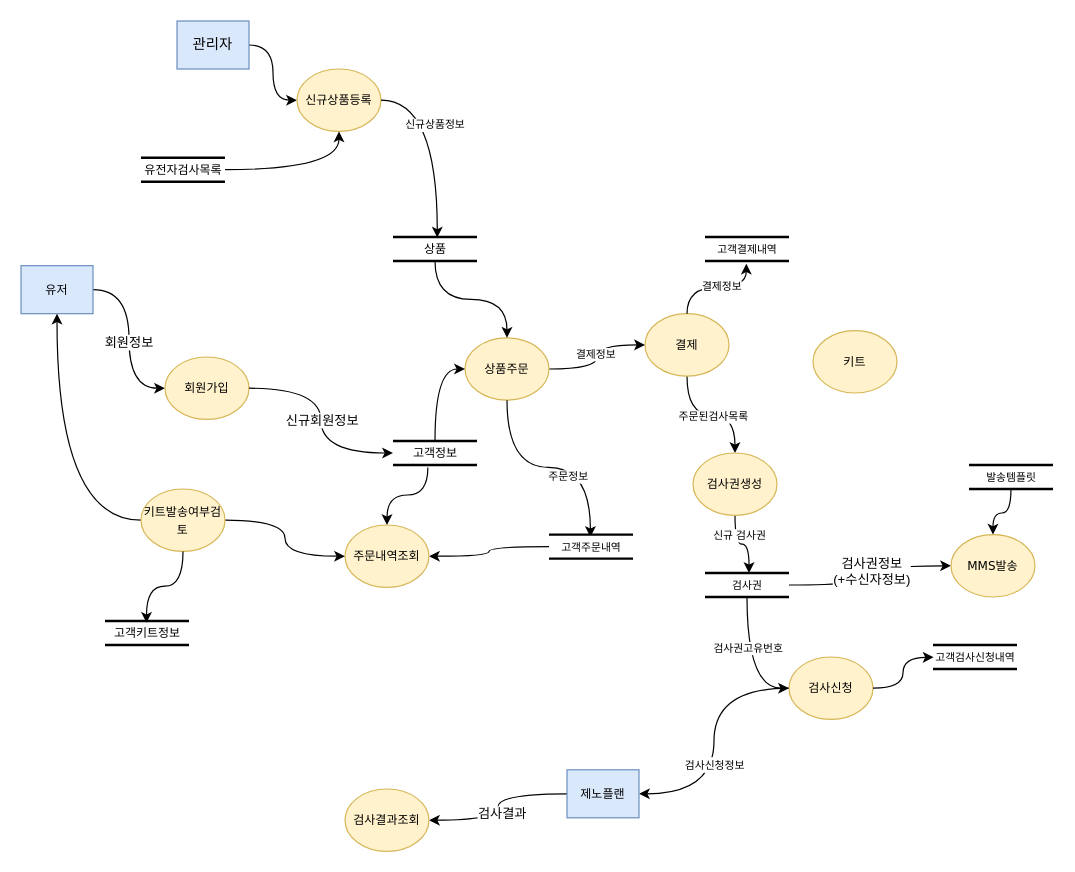
Earlier version of the draw.io diagram DFD_제노플랜.drawio (k3srpn/Architecture). Source tidied: cells renumbered, new cells numbered last; positions are measured from the earlier drawing's top-left corner, leaving out a move shared by most shapes. Both pictures are drawn from the tidied source at 120%, with x=0, y=0 at pixel (20, 20).
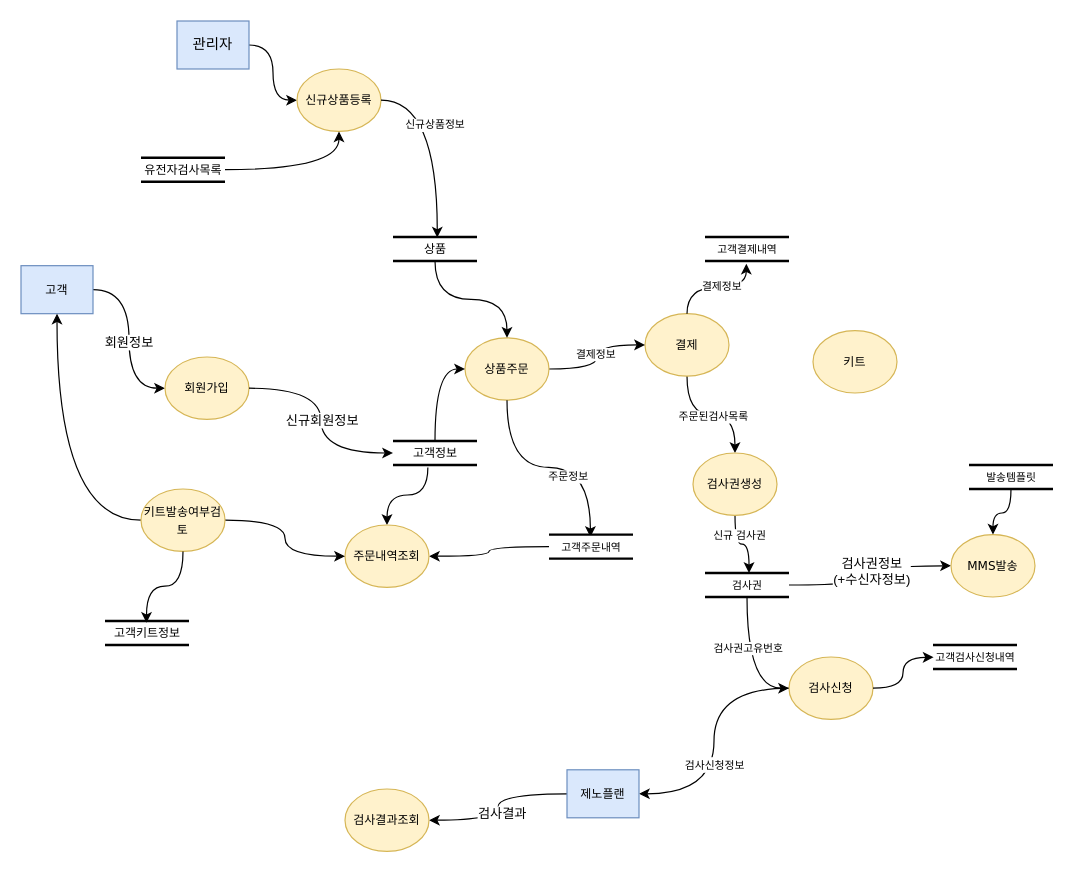
The same diagram, later.

Commit message:
유저 -> 고객 단어변경

What changed in the source:
```diff
@@
-    <mxCell id="46" value="&lt;span style=&quot;font-size: 10px;&quot;&gt;유저&lt;/span&gt;" style="rounded=0;whiteSpace=wrap;html=1;fillColor=#dae8fc;strokeColor=#6c8ebf;" parent="1" vertex="1">
+    <mxCell id="46" value="&lt;span style=&quot;font-size: 10px;&quot;&gt;고객&lt;/span&gt;" style="rounded=0;whiteSpace=wrap;html=1;fillColor=#dae8fc;strokeColor=#6c8ebf;" parent="1" vertex="1">
       <mxGeometry y="203.9" width="60" height="40" as="geometry" />
     </mxCell>
```
